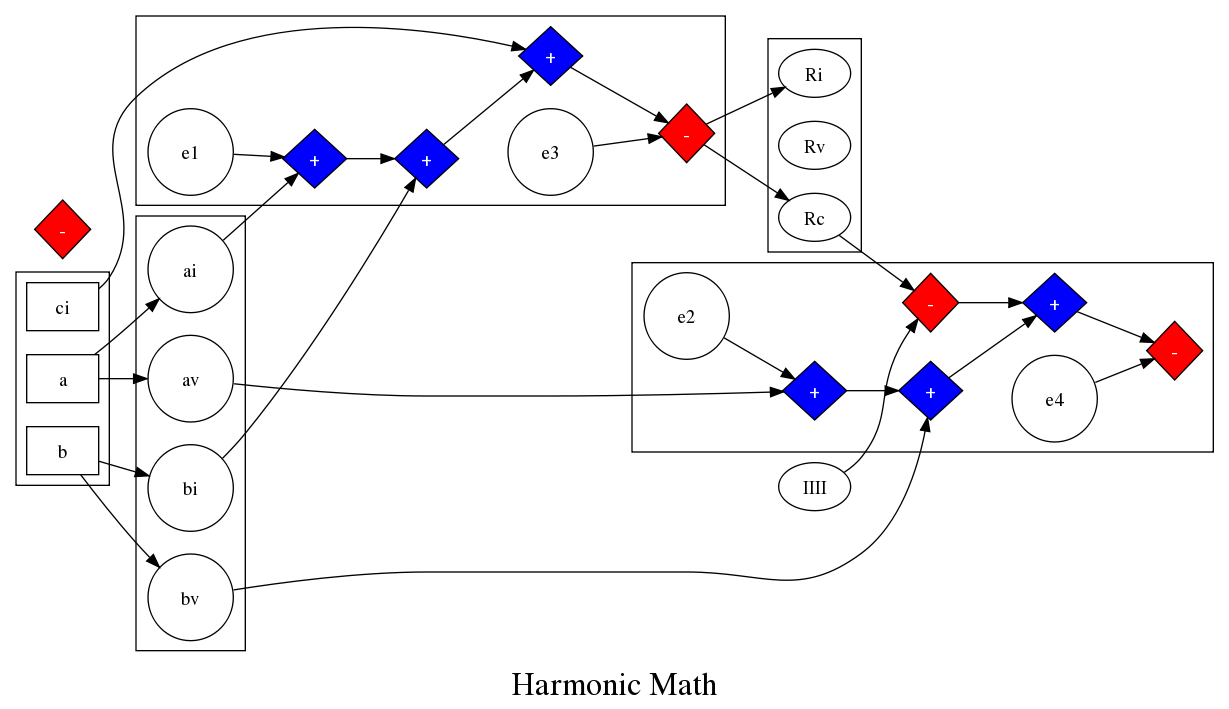
The Graphviz diagram music/babby.png in built/osbridge10, before a commit. Its source is kept beside it as music/babby.dot. Its diagram source:
```dot

digraph HeterodyneAdder {
    graph [fontsize=15 splines=true overlap=false rankdir = "LR"];

    subgraph cluster_inputs {
        rank=same;
        node [shape=box];  a;b;ci;
    }

    subgraph cluster_chewed_inputs {
        rank=same;
        node [shape=circle fixedsize=true width=0.9];ai;av;bi;bv;
    }

    {node [shape=diamond,style=filled,fontcolor=white,fillcolor=blue,label="+",height=.3,width=.3];
        add01; add02; add03; add04; add05; add06;}
    {node [shape=diamond,style=filled,fontcolor=white,fillcolor=red,label="-",height=.3,width=.3];
        sub01; sub02; sub03; sub04;}
    {node [shape=circle fixedsize=true width=0.9 labeli="e"];e1;e2;e3;e4;}
    /*
    ** Build the I-adder
    */
    subgraph cluster_add_Is {
        e1 -> add01 -> add03 -> add05 -> sub01;
        e3 -> sub01;
    }
    /*
    ** Feed the input into it
    */
    a->ai;
    a->av;
    ai->add01;
    av->add02;
    ci->add05;
    /*
    ** Build the V adder
    */
    subgraph cluster_add_Vs {
        e2 -> add02 -> add04 -> add06 -> sub03;
        e4 -> sub03;
        sub02->add06;
    }
    /*
    ** Feed the inputs into it
    */
    b->bi;
    b->bv;
    bi->add03;
    bv->add04;
    /* Where does IIII come from? */
    IIII->sub02;

    /*
    ** Group the output
    */
    subgraph cluster_results {
        rank=same;
        Ri; Rv; Rc;
    }
    /*
    ** Extract the results into the output
    */
    sub01->Ri;
    sub01->Rc;
    Rc->sub02;

    overlap=false
    label="Harmonic Math"
    fontsize=24;
}
```
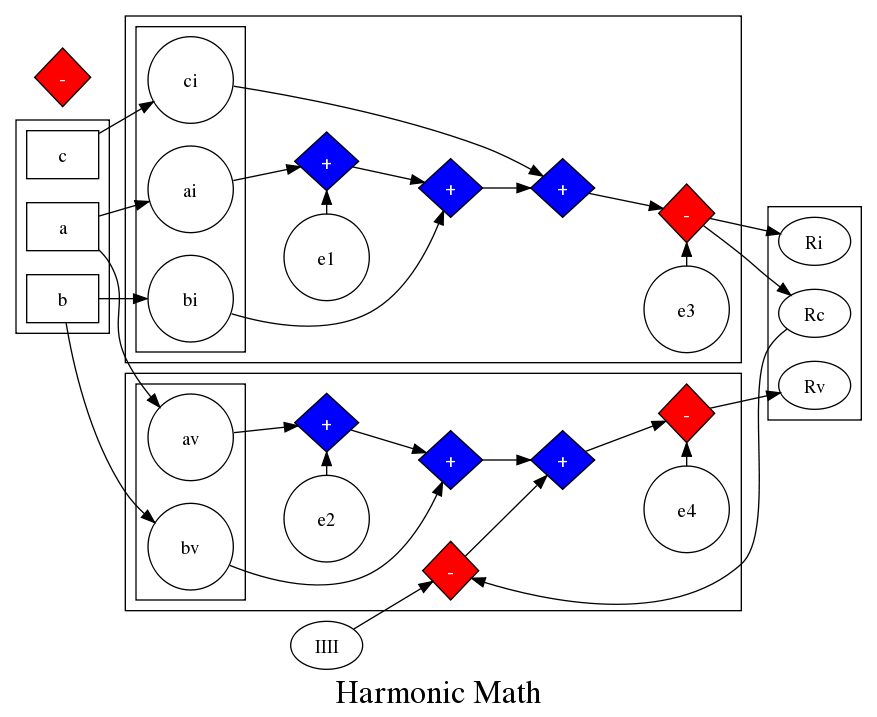
The same file after the commit.

What changed in the source:
```diff
@@ -4,12 +4,7 @@
 
     subgraph cluster_inputs {
         rank=same;
-        node [shape=box];  a;b;ci;
-    }
-
-    subgraph cluster_chewed_inputs {
-        rank=same;
-        node [shape=circle fixedsize=true width=0.9];ai;av;bi;bv;
+        node [shape=box];  a;b;c;
     }
 
     {node [shape=diamond,style=filled,fontcolor=white,fillcolor=blue,label="+",height=.3,width=.3];
@@ -21,32 +16,43 @@
     ** Build the I-adder
     */
     subgraph cluster_add_Is {
-        e1 -> add01 -> add03 -> add05 -> sub01;
-        e3 -> sub01;
+        subgraph cluster_chewed_Is {
+            rank=same;
+            node [shape=circle fixedsize=true width=0.9]; ai;bi;ci;
+        }
+        {rank=same; e1 -> add01;}
+        ai -> add01 -> add03;
+                 bi -> add03 -> add05 -> sub01;
+                          ci -> add05;
+        {rank=same; e3 -> sub01;}
     }
     /*
     ** Feed the input into it
     */
+
     a->ai;
-    a->av;
-    ai->add01;
-    av->add02;
-    ci->add05;
+    b->bi;
+    c->ci;
+
     /*
     ** Build the V adder
     */
     subgraph cluster_add_Vs {
-        e2 -> add02 -> add04 -> add06 -> sub03;
-        e4 -> sub03;
+        subgraph cluster_chewed_Vs {
+            rank=same;
+            node [shape=circle fixedsize=true width=0.9]; av;bv;
+        }
+        {rank=same; e2 -> add02;}
+        av -> add02 -> add04 -> add06 -> sub03;
+                 bv -> add04;
+        {rank=same; e4 -> sub03;}
         sub02->add06;
     }
     /*
     ** Feed the inputs into it
     */
-    b->bi;
+    a->av;
     b->bv;
-    bi->add03;
-    bv->add04;
     /* Where does IIII come from? */
     IIII->sub02;
 
@@ -62,6 +68,7 @@
     */
     sub01->Ri;
     sub01->Rc;
+    sub03->Rv;
     Rc->sub02;
 
     overlap=false
```
